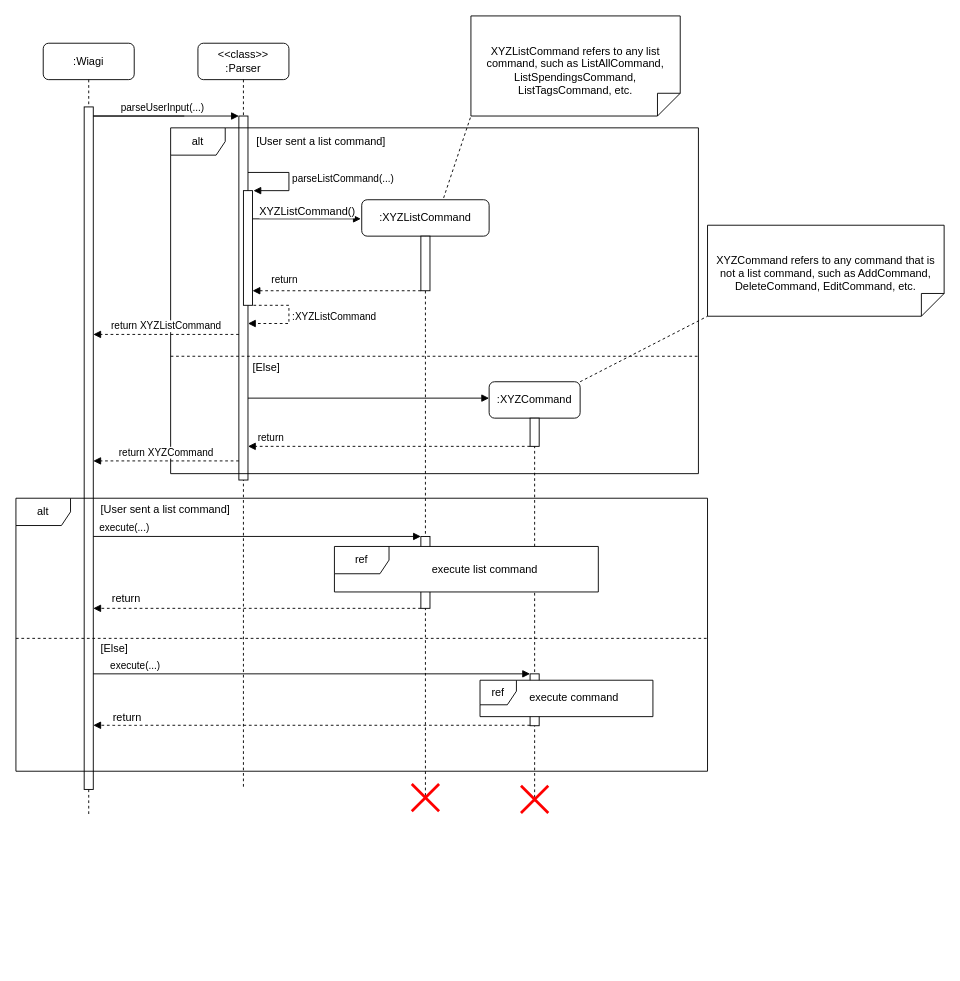
Above: docs/Diagrams/Commands/commandHandling.drawio in wongwh2002/CS2113TeamProject (draw.io), before the change. Source tidied: cells renumbered, new cells numbered last; positions are measured from the earlier drawing's top-left corner, leaving out a move shared by most shapes. Both pictures are drawn from the tidied source at 91%, with x=0, y=0 at pixel (15, 15).
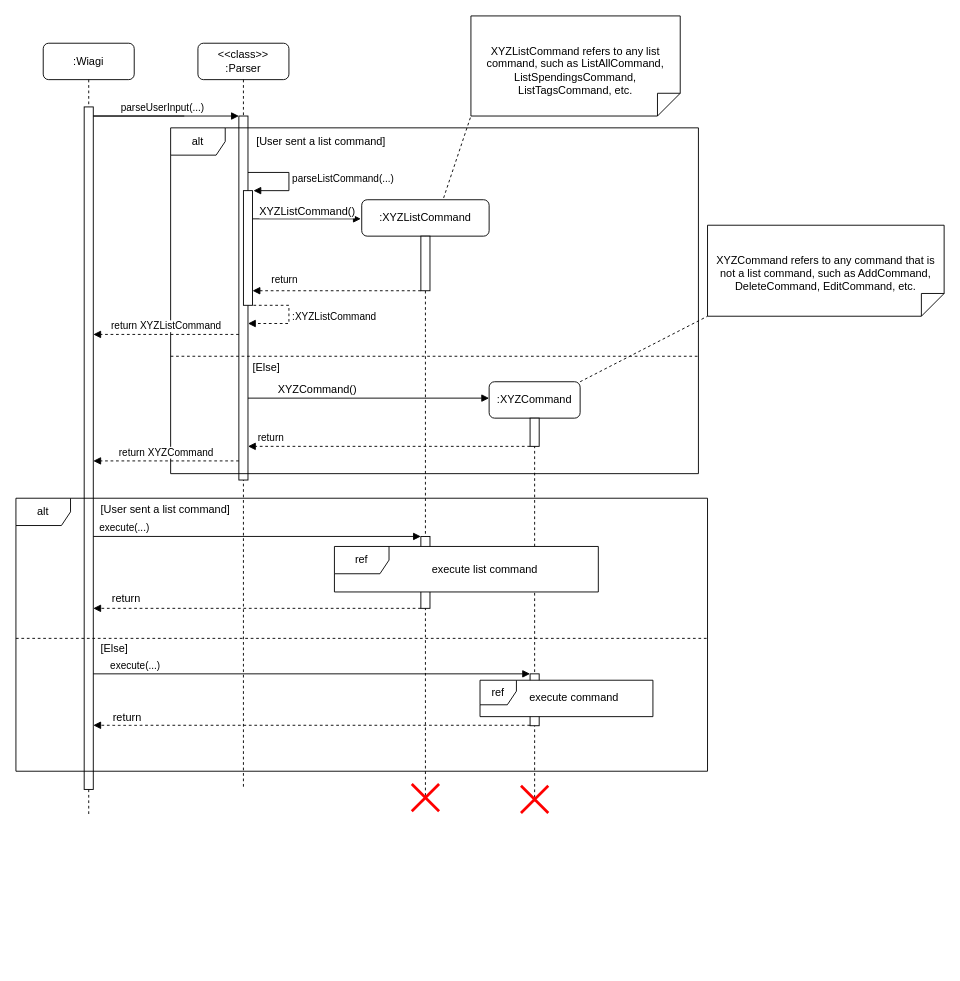
Above is the later version.

Unchanged cells that the change refers to:
```xml
<mxCell id="29" style="html=1;verticalAlign=bottom;endArrow=block;curved=0;rounded=0;" parent="22" edge="1" source="6">
  <mxGeometry relative="1" as="geometry">
    <mxPoint x="350" y="297" as="targetPoint" />
  </mxGeometry>
</mxCell>
```

Change to the diagram source:
```diff
@@
+    <mxCell id="50" value="XYZCommand()" style="edgeLabel;html=1;align=center;verticalAlign=middle;fontSize=12;" parent="29" vertex="1">
+      <mxGeometry x="-0.06" y="2" relative="1" as="geometry">
+        <mxPoint x="-50" y="-8" as="offset" />
+      </mxGeometry>
+    </mxCell>
```
